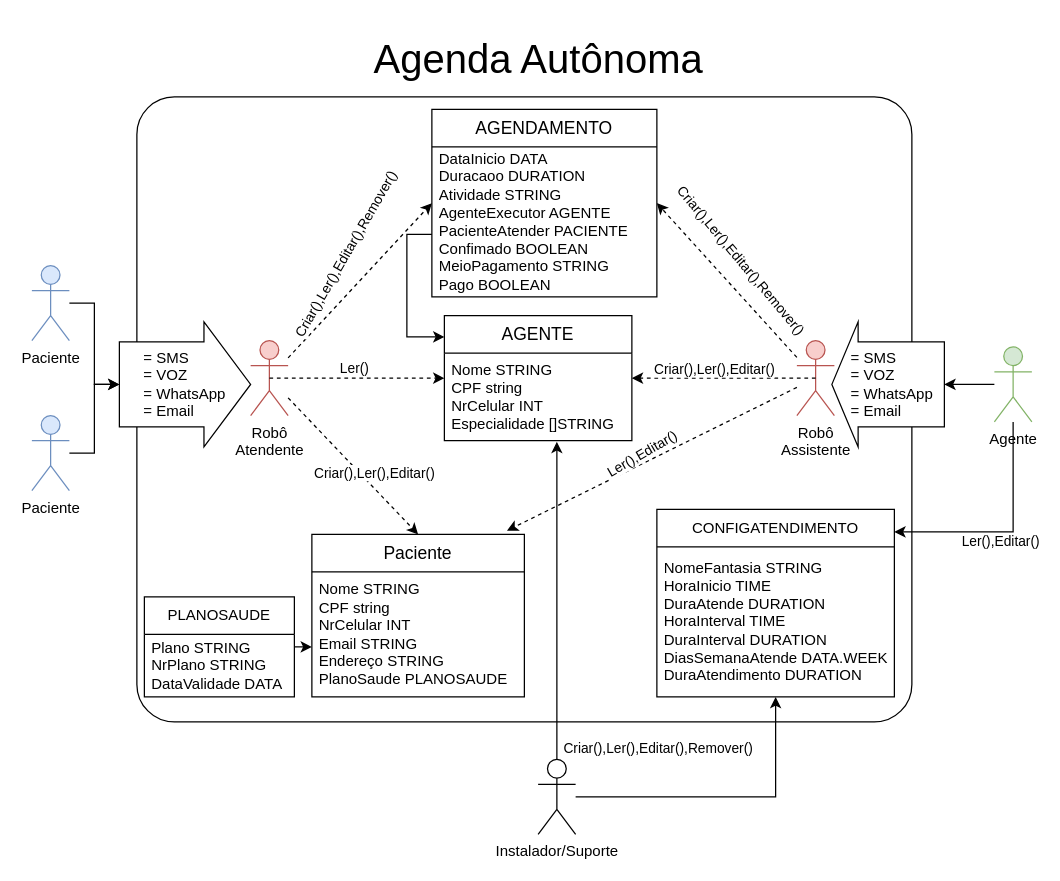
This is Agenda.drawio from gunboe/Agenda, a draw.io file, before an edit. Source tidied: cells renumbered, new cells numbered last; positions are measured from the earlier drawing's top-left corner, leaving out a move shared by most shapes. Both pictures are drawn from the tidied source at 125%, with x=0, y=0 at pixel (31, 21).
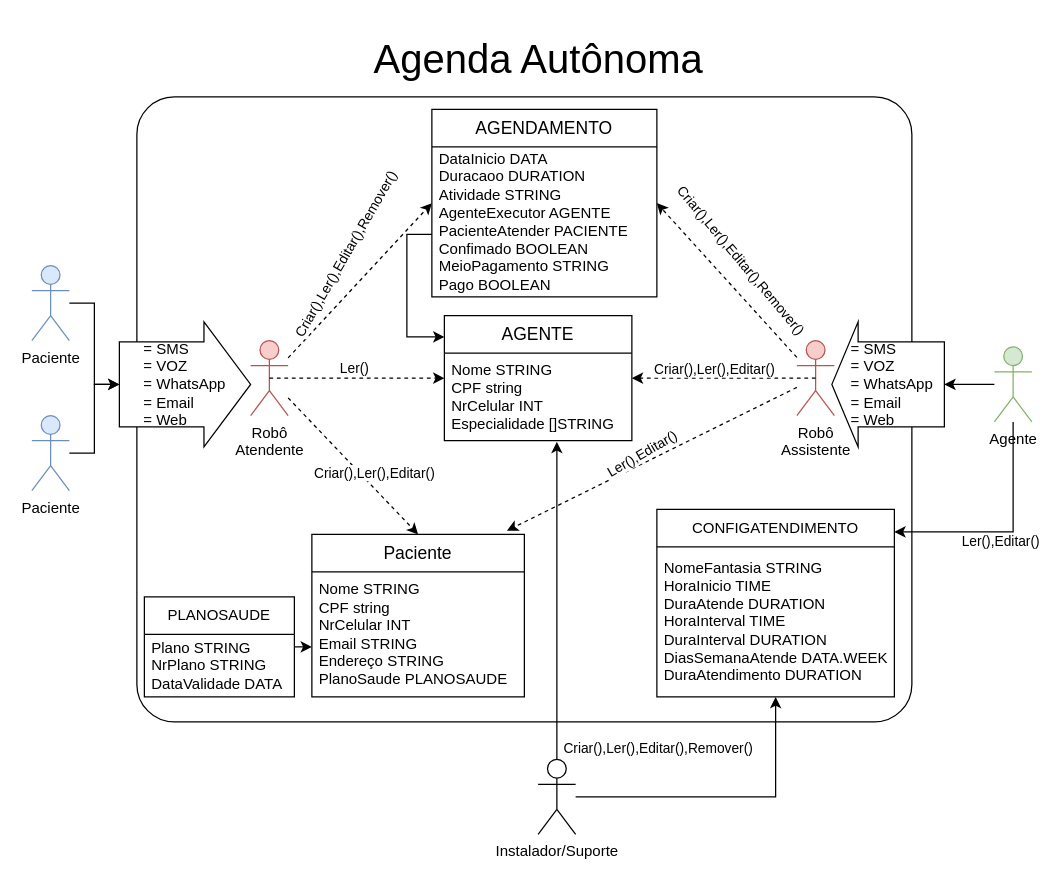
After the change.

Diff of the diagram source:
```diff
@@
-    <mxCell id="19" value="&lt;div style=&quot;text-align: left;&quot;&gt;&lt;span style=&quot;background-color: initial;&quot;&gt;= SMS&lt;/span&gt;&lt;/div&gt;&lt;div style=&quot;text-align: left;&quot;&gt;&lt;span style=&quot;background-color: initial;&quot;&gt;= VOZ&lt;/span&gt;&lt;/div&gt;&lt;div style=&quot;text-align: left;&quot;&gt;&lt;span style=&quot;background-color: initial;&quot;&gt;= WhatsApp&lt;/span&gt;&lt;/div&gt;&lt;div style=&quot;text-align: left;&quot;&gt;&lt;span style=&quot;background-color: initial;&quot;&gt;= Email&lt;/span&gt;&lt;/div&gt;" style="shape=singleArrow;whiteSpace=wrap;html=1;arrowWidth=0.68;arrowSize=0.35555555555555557;" parent="1" vertex="1">
+    <mxCell id="19" value="&lt;div style=&quot;text-align: left;&quot;&gt;&lt;span style=&quot;background-color: initial;&quot;&gt;= SMS&lt;/span&gt;&lt;/div&gt;&lt;div style=&quot;text-align: left;&quot;&gt;&lt;span style=&quot;background-color: initial;&quot;&gt;= VOZ&lt;/span&gt;&lt;/div&gt;&lt;div style=&quot;text-align: left;&quot;&gt;&lt;span style=&quot;background-color: initial;&quot;&gt;= WhatsApp&lt;/span&gt;&lt;/div&gt;&lt;div style=&quot;text-align: left;&quot;&gt;&lt;span style=&quot;background-color: initial;&quot;&gt;= Email&lt;/span&gt;&lt;/div&gt;&lt;div style=&quot;text-align: left;&quot;&gt;&lt;span style=&quot;background-color: initial;&quot;&gt;= Web&lt;/span&gt;&lt;/div&gt;" style="shape=singleArrow;whiteSpace=wrap;html=1;arrowWidth=0.68;arrowSize=0.35555555555555557;" parent="1" vertex="1">
       <mxGeometry x="70" y="240" width="105" height="100" as="geometry" />
     </mxCell>
@@
-    <mxCell id="23" value="&lt;div style=&quot;border-color: var(--border-color); text-align: left;&quot;&gt;&amp;nbsp; = SMS&lt;/div&gt;&lt;div style=&quot;border-color: var(--border-color); text-align: left;&quot;&gt;&lt;span style=&quot;border-color: var(--border-color); background-color: initial;&quot;&gt;&amp;nbsp; = VOZ&lt;/span&gt;&lt;/div&gt;&lt;div style=&quot;border-color: var(--border-color); text-align: left;&quot;&gt;&lt;span style=&quot;border-color: var(--border-color); background-color: initial;&quot;&gt;&amp;nbsp; = WhatsApp&lt;/span&gt;&lt;/div&gt;&lt;div style=&quot;border-color: var(--border-color); text-align: left;&quot;&gt;&lt;span style=&quot;border-color: var(--border-color); background-color: initial;&quot;&gt;&amp;nbsp; = Email&lt;/span&gt;&lt;/div&gt;" style="shape=singleArrow;direction=west;whiteSpace=wrap;html=1;arrowWidth=0.68;arrowSize=0.23333333333333334;" parent="1" vertex="1">
+    <mxCell id="23" value="&lt;div style=&quot;border-color: var(--border-color); text-align: left;&quot;&gt;&amp;nbsp; = SMS&lt;/div&gt;&lt;div style=&quot;border-color: var(--border-color); text-align: left;&quot;&gt;&lt;span style=&quot;border-color: var(--border-color); background-color: initial;&quot;&gt;&amp;nbsp; = VOZ&lt;/span&gt;&lt;/div&gt;&lt;div style=&quot;border-color: var(--border-color); text-align: left;&quot;&gt;&lt;span style=&quot;border-color: var(--border-color); background-color: initial;&quot;&gt;&amp;nbsp; = WhatsApp&lt;/span&gt;&lt;/div&gt;&lt;div style=&quot;border-color: var(--border-color); text-align: left;&quot;&gt;&lt;span style=&quot;border-color: var(--border-color); background-color: initial;&quot;&gt;&amp;nbsp; = Email&lt;/span&gt;&lt;/div&gt;&lt;div style=&quot;border-color: var(--border-color); text-align: left;&quot;&gt;&lt;span style=&quot;border-color: var(--border-color); background-color: initial;&quot;&gt;&amp;nbsp; = Web&lt;/span&gt;&lt;/div&gt;" style="shape=singleArrow;direction=west;whiteSpace=wrap;html=1;arrowWidth=0.68;arrowSize=0.23333333333333334;" parent="1" vertex="1">
       <mxGeometry x="640" y="240" width="90" height="100" as="geometry" />
     </mxCell>
```
